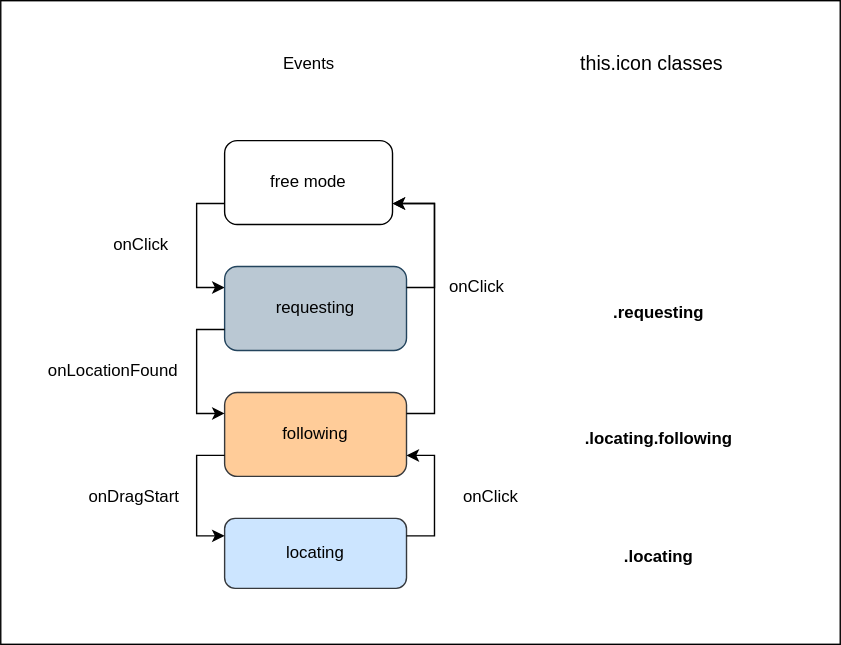
The draw.io diagram workflow.svg in cdupre/leaflet.boating, before a commit. Source tidied: cells renumbered, new cells last; positions are measured from the earlier drawing's top-left corner, leaving out a move shared by most shapes.
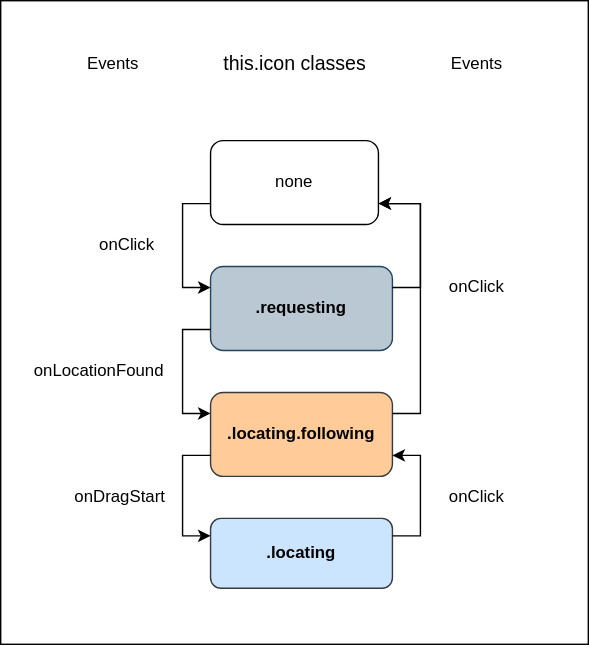
The same diagram one commit later.

Diff of the diagram source:
```diff
@@ -3,21 +3,21 @@
     <mxCell id="0" />
     <mxCell id="1" parent="0" />
     <mxCell id="2" style="rounded=0;whiteSpace=wrap;html=1;fillColor=#FFFFFF;" parent="1" vertex="1">
-      <mxGeometry width="600" height="460" as="geometry" />
+      <mxGeometry x="10" width="420" height="460" as="geometry" />
     </mxCell>
     <mxCell id="3" style="edgeStyle=orthogonalEdgeStyle;rounded=0;jettySize=auto;html=1;exitX=0;exitY=0.75;exitDx=0;exitDy=0;entryX=0;entryY=0.25;entryDx=0;entryDy=0;strokeColor=#000000;" parent="1" edge="1" source="4" target="5">
       <mxGeometry relative="1" as="geometry" />
     </mxCell>
-    <mxCell id="4" value="free mode" style="rounded=1;whiteSpace=wrap;html=1;" parent="1" vertex="1">
+    <mxCell id="4" value="none" style="rounded=1;whiteSpace=wrap;html=1;" parent="1" vertex="1">
       <mxGeometry x="160" y="100" width="120" height="60" as="geometry" />
     </mxCell>
-    <mxCell id="5" value="requesting" style="rounded=1;whiteSpace=wrap;html=1;fillColor=#bac8d3;strokeColor=#23445d;" parent="1" vertex="1">
+    <mxCell id="5" value="&lt;b&gt;.requesting&lt;/b&gt;" style="rounded=1;whiteSpace=wrap;html=1;fillColor=#bac8d3;strokeColor=#23445d;" parent="1" vertex="1">
       <mxGeometry x="160" y="190" width="130" height="60" as="geometry" />
     </mxCell>
-    <mxCell id="6" value="&lt;div&gt;locating&lt;/div&gt;" style="rounded=1;whiteSpace=wrap;html=1;fillColor=#cce5ff;strokeColor=#36393d;" parent="1" vertex="1">
+    <mxCell id="6" value="&lt;b&gt;.locating&lt;/b&gt;" style="rounded=1;whiteSpace=wrap;html=1;fillColor=#cce5ff;strokeColor=#36393d;" parent="1" vertex="1">
       <mxGeometry x="160" y="370" width="130" height="50" as="geometry" />
     </mxCell>
-    <mxCell id="7" value="following" style="rounded=1;whiteSpace=wrap;html=1;fillColor=#ffcc99;strokeColor=#36393d;" parent="1" vertex="1">
+    <mxCell id="7" value="&lt;b&gt;.locating.following&lt;/b&gt;" style="rounded=1;whiteSpace=wrap;html=1;fillColor=#ffcc99;strokeColor=#36393d;" parent="1" vertex="1">
       <mxGeometry x="160" y="280" width="130" height="60" as="geometry" />
     </mxCell>
     <mxCell id="8" style="edgeStyle=orthogonalEdgeStyle;rounded=0;orthogonalLoop=1;jettySize=auto;html=1;exitX=0.5;exitY=1;exitDx=0;exitDy=0;" parent="1" edge="1" source="6" target="6">
@@ -47,7 +47,7 @@
       <mxGeometry x="70" y="160" width="60" height="30" as="geometry" />
     </mxCell>
     <mxCell id="15" value="&lt;font&gt;onClick&lt;/font&gt;" style="text;html=1;align=center;verticalAlign=middle;strokeColor=none;fillColor=none;fontColor=#000000;" parent="1" vertex="1">
-      <mxGeometry x="310" y="190" width="60" height="30" as="geometry" />
+      <mxGeometry x="320" y="190" width="60" height="30" as="geometry" />
     </mxCell>
     <mxCell id="16" value="onClick" style="text;html=1;align=center;verticalAlign=middle;strokeColor=none;fillColor=none;fontColor=#000000;" parent="1" vertex="1">
       <mxGeometry x="320" y="340" width="60" height="30" as="geometry" />
@@ -58,20 +58,14 @@
     <mxCell id="18" value="onLocationFound" style="text;html=1;align=center;verticalAlign=middle;strokeColor=none;fillColor=none;" parent="1" vertex="1">
       <mxGeometry x="20" y="250" width="120" height="30" as="geometry" />
     </mxCell>
-    <mxCell id="19" value="&lt;b&gt;.requesting&lt;/b&gt;" style="text;html=1;align=center;verticalAlign=middle;strokeColor=none;fillColor=none;fontColor=#000000;" parent="1" vertex="1">
-      <mxGeometry x="425" y="207.5" width="90" height="30" as="geometry" />
-    </mxCell>
-    <mxCell id="20" value="&lt;b&gt;.locating.following&lt;/b&gt;" style="text;html=1;align=center;verticalAlign=middle;strokeColor=none;fillColor=none;fontColor=#000000;" parent="1" vertex="1">
-      <mxGeometry x="405" y="297.5" width="130" height="30" as="geometry" />
-    </mxCell>
-    <mxCell id="21" value="&lt;b&gt;.locating&lt;/b&gt;" style="text;html=1;align=center;verticalAlign=middle;strokeColor=none;fillColor=none;fontColor=#000000;" parent="1" vertex="1">
-      <mxGeometry x="435" y="382.5" width="70" height="30" as="geometry" />
-    </mxCell>
     <mxCell id="22" value="&lt;font style=&quot;font-size: 14px;&quot;&gt;this.icon classes&lt;/font&gt;" style="text;html=1;align=center;verticalAlign=middle;strokeColor=none;fillColor=none;fontColor=#000000;" parent="1" vertex="1">
-      <mxGeometry x="400" y="30" width="130" height="30" as="geometry" />
+      <mxGeometry x="155" y="30" width="130" height="30" as="geometry" />
     </mxCell>
     <mxCell id="23" value="Events" style="text;html=1;align=center;verticalAlign=middle;strokeColor=none;fillColor=none;fontColor=#000000;" parent="1" vertex="1">
-      <mxGeometry x="190" y="30" width="60" height="30" as="geometry" />
+      <mxGeometry x="60" y="30" width="60" height="30" as="geometry" />
     </mxCell>
+    <mxCell id="24" value="Events" style="text;html=1;align=center;verticalAlign=middle;strokeColor=none;fillColor=none;fontColor=#000000;" parent="1" vertex="1">
+      <mxGeometry x="320" y="30" width="60" height="30" as="geometry" />
+    </mxCell>
   </root>
 </mxGraphModel>
```
